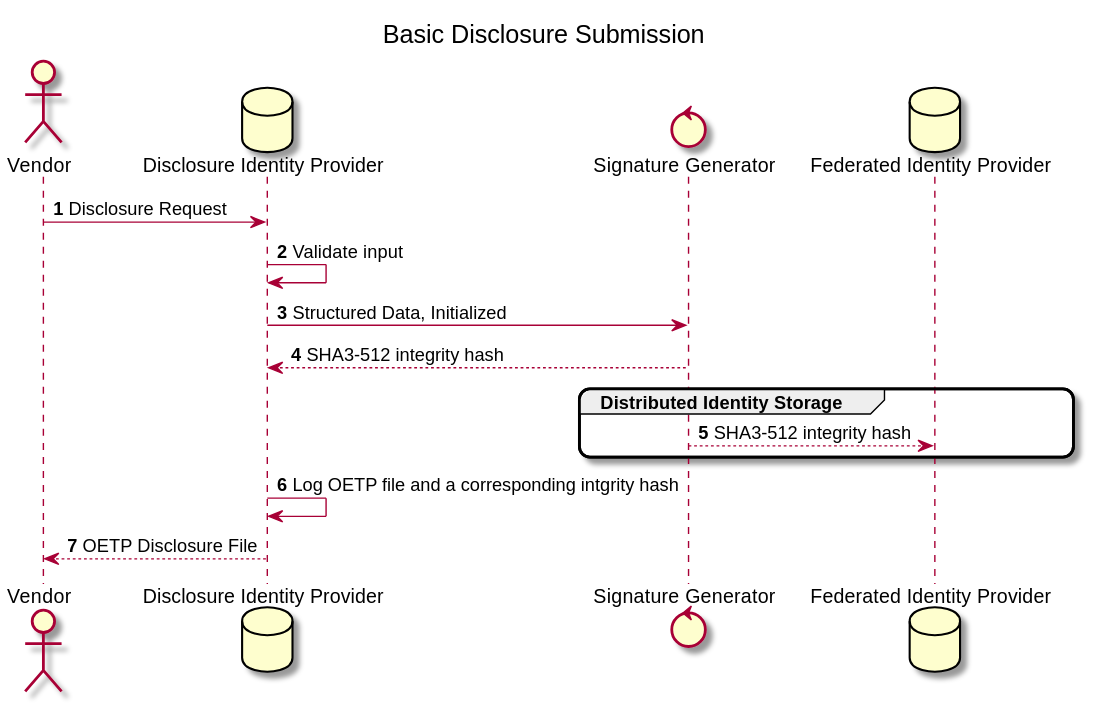
OpenEthicsAI/OETP keeps this PlantUML diagram as docs/diagrams/images/disclosure-submission-basic/disclosure-submission-basic.svg. Above is the earlier version.
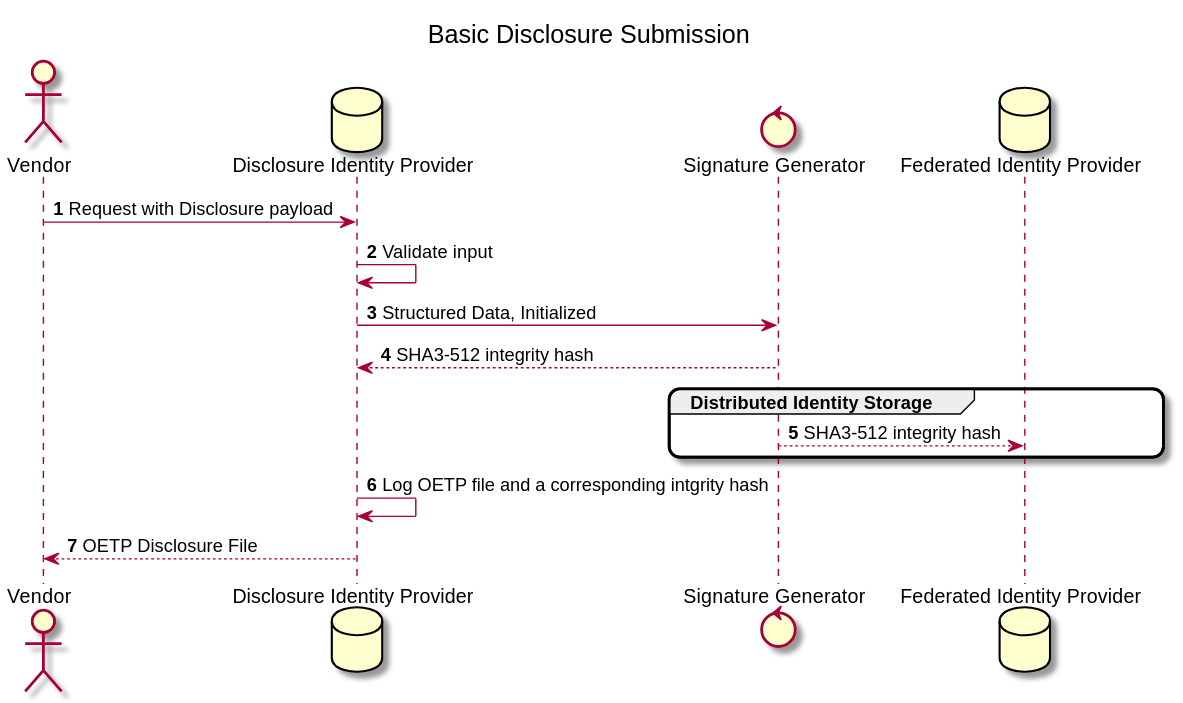
Above is the later version.

Commit message:
Basic typo corection and Chaining Request diagrams

Diff of the diagram source:
```diff
@@ -9,7 +9,7 @@
 control "Signature Generator" as SIG
 database "Federated Identity Provider" as DIS
 
-Vendor -> ID: Disclosure Request
+Vendor -> ID: Request with Disclosure payload
 ID -> ID: Validate input
 ID -> SIG: Structured Data, Initialized
 
```
